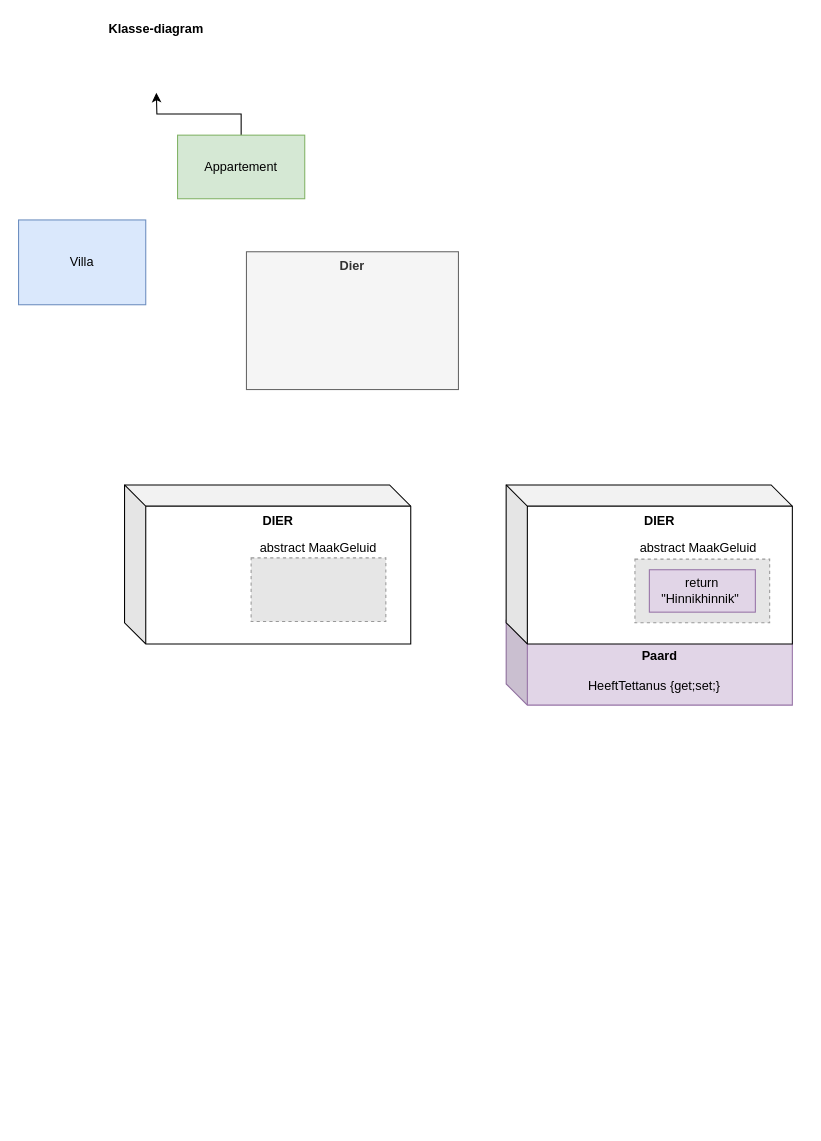
The draw.io diagram page "abstract" (13 of 15) of assets/svg diagrams.drawio in dbEthan/csharpbook2, before the edit. Source tidied: cells renumbered, new cells numbered last; positions are measured from the earlier drawing's top-left corner, leaving out a move shared by most shapes. Both pictures are drawn from the tidied source at 106%, with x=0, y=0 at pixel (18, 18). Pictures stored in the file or linked from it are replaced by grey dashed boxes.
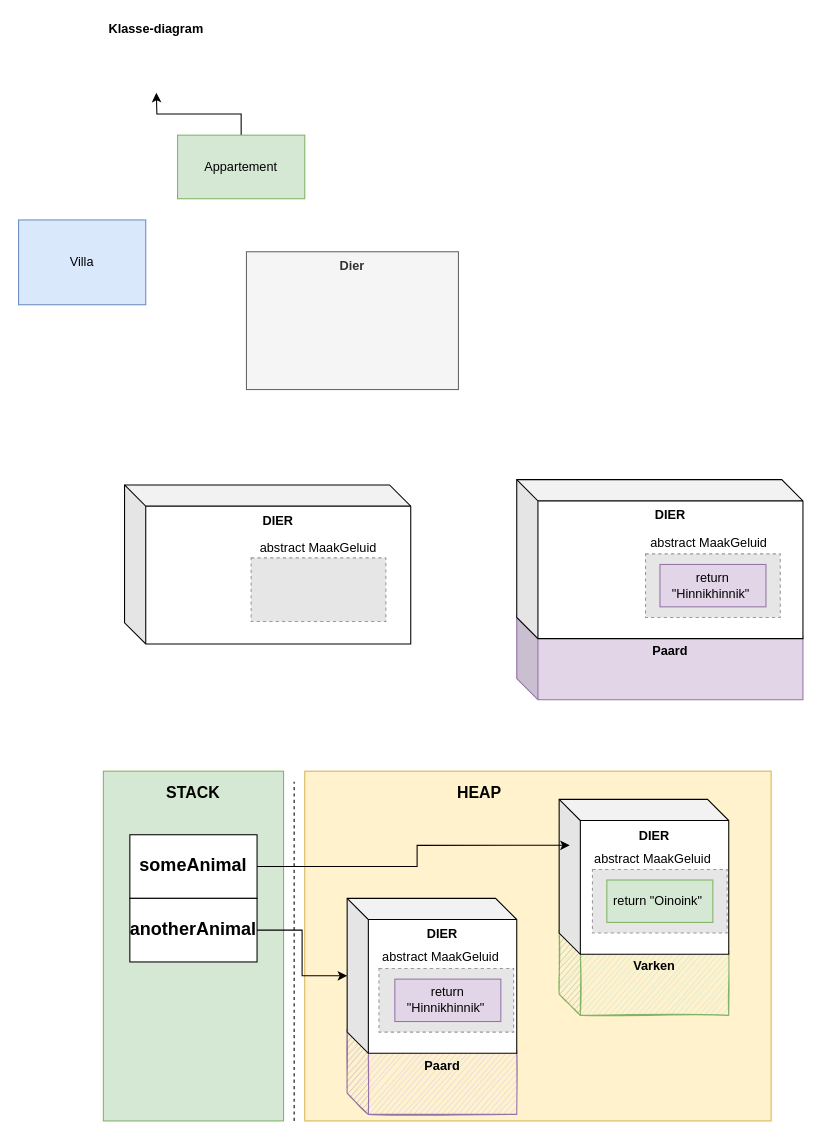
After the change.

The edit, as a diff of the source:
```diff
@@
-    <mxCell id="2" value="Paard" style="shape=cube;whiteSpace=wrap;html=1;boundedLbl=1;backgroundOutline=1;darkOpacity=0.05;darkOpacity2=0.1;fillColor=#e1d5e7;strokeColor=#9673a6;verticalAlign=top;fontStyle=1;" parent="1" vertex="1">
-      <mxGeometry x="460" y="567.7" width="270" height="80" as="geometry" />
-    </mxCell>
-    <mxCell id="3" value="DIER" style="shape=cube;whiteSpace=wrap;html=1;boundedLbl=1;backgroundOutline=1;darkOpacity=0.05;darkOpacity2=0.1;verticalAlign=top;fontStyle=1;" parent="1" vertex="1">
-      <mxGeometry x="460" y="440" width="270" height="150" as="geometry" />
-    </mxCell>
-    <mxCell id="4" style="fillColor=#E6E6E6;strokeColor=#999999;dashed=1;verticalLabelPosition=bottom;labelBackgroundColor=#ffffff;verticalAlign=top;" parent="1" vertex="1">
-      <mxGeometry x="581.5" y="510" width="127.1" height="60" as="geometry" />
-    </mxCell>
@@
+    <mxCell id="15" style="fillColor=#E6E6E6;strokeColor=#999999;dashed=1;verticalLabelPosition=bottom;labelBackgroundColor=#ffffff;verticalAlign=top;" parent="1" vertex="1">
+      <mxGeometry x="219.4" y="508.8" width="127.1" height="60" as="geometry" />
+    </mxCell>
+    <mxCell id="16" style="rounded=0;whiteSpace=wrap;html=1;fillColor=#fff2cc;strokeColor=#d6b656;" parent="1" vertex="1">
+      <mxGeometry x="270" y="710" width="440" height="330" as="geometry" />
+    </mxCell>
+    <mxCell id="17" style="rounded=0;whiteSpace=wrap;html=1;fillColor=#d5e8d4;strokeColor=#82b366;" parent="1" vertex="1">
+      <mxGeometry x="80" y="710" width="170" height="330" as="geometry" />
+    </mxCell>
+    <mxCell id="18" style="endArrow=none;dashed=1;html=1;" parent="1" edge="1">
+      <mxGeometry relative="1" as="geometry">
+        <mxPoint x="260" y="1040" as="sourcePoint" />
+        <mxPoint x="260" y="720" as="targetPoint" />
+      </mxGeometry>
+    </mxCell>
+    <mxCell id="19" value="STACK" style="text;html=1;strokeColor=none;fillColor=none;align=center;verticalAlign=middle;whiteSpace=wrap;rounded=0;fontStyle=1;fontSize=15;" parent="1" vertex="1">
+      <mxGeometry x="145" y="720" width="40" height="20" as="geometry" />
+    </mxCell>
+    <mxCell id="20" value="&lt;b style=&quot;font-size: 15px;&quot;&gt;HEAP&lt;/b&gt;" style="text;html=1;strokeColor=none;fillColor=none;align=center;verticalAlign=middle;whiteSpace=wrap;rounded=0;fontSize=15;" parent="1" vertex="1">
+      <mxGeometry x="415" y="720" width="40" height="20" as="geometry" />
+    </mxCell>
+    <mxCell id="21" value="someAnimal" style="rounded=0;whiteSpace=wrap;html=1;fontSize=17;fontStyle=1;align=center;" parent="1" vertex="1">
+      <mxGeometry x="105" y="770" width="120" height="60" as="geometry" />
+    </mxCell>
+    <mxCell id="22" style="edgeStyle=orthogonalEdgeStyle;rounded=0;jettySize=auto;html=1;exitX=1;exitY=0.5;exitDx=0;exitDy=0;" parent="1" edge="1" source="23" target="25">
+      <mxGeometry relative="1" as="geometry" />
+    </mxCell>
+    <mxCell id="23" value="anotherAnimal" style="rounded=0;whiteSpace=wrap;html=1;fontSize=17;fontStyle=1;" parent="1" vertex="1">
+      <mxGeometry x="105" y="830" width="120" height="60" as="geometry" />
+    </mxCell>
+    <mxCell id="2" value="Paard" style="shape=cube;whiteSpace=wrap;html=1;boundedLbl=1;backgroundOutline=1;darkOpacity=0.05;darkOpacity2=0.1;fillColor=#e1d5e7;strokeColor=#9673a6;verticalAlign=top;fontStyle=1;" parent="1" vertex="1">
+      <mxGeometry x="470" y="562.7" width="270" height="80" as="geometry" />
+    </mxCell>
+    <mxCell id="3" value="DIER" style="shape=cube;whiteSpace=wrap;html=1;boundedLbl=1;backgroundOutline=1;darkOpacity=0.05;darkOpacity2=0.1;verticalAlign=top;fontStyle=1;" parent="1" vertex="1">
+      <mxGeometry x="470" y="435" width="270" height="150" as="geometry" />
+    </mxCell>
+    <mxCell id="4" style="fillColor=#E6E6E6;strokeColor=#999999;dashed=1;verticalLabelPosition=bottom;labelBackgroundColor=#ffffff;verticalAlign=top;" parent="1" vertex="1">
+      <mxGeometry x="591.5" y="505" width="127.1" height="60" as="geometry" />
+    </mxCell>
     <mxCell id="12" value="abstract MaakGeluid" style="text;html=1;strokeColor=none;fillColor=none;align=center;verticalAlign=middle;whiteSpace=wrap;rounded=0;" parent="1" vertex="1">
-      <mxGeometry x="570" y="490" width="143" height="20" as="geometry" />
+      <mxGeometry x="580" y="485" width="143" height="20" as="geometry" />
     </mxCell>
     <mxCell id="13" value="return &quot;Hinnikhinnik&quot;&amp;nbsp;" style="rounded=0;whiteSpace=wrap;html=1;fillColor=#e1d5e7;strokeColor=#9673a6;" parent="1" vertex="1">
-      <mxGeometry x="595.1" y="520" width="100" height="40" as="geometry" />
+      <mxGeometry x="605.1" y="515" width="100" height="40" as="geometry" />
     </mxCell>
-    <mxCell id="14" value="HeeftTettanus {get;set;}" style="text;html=1;strokeColor=none;fillColor=none;align=center;verticalAlign=middle;whiteSpace=wrap;rounded=0;" parent="1" vertex="1">
-      <mxGeometry x="530" y="620" width="140" height="20" as="geometry" />
-    </mxCell>
-    <mxCell id="15" style="fillColor=#E6E6E6;strokeColor=#999999;dashed=1;verticalLabelPosition=bottom;labelBackgroundColor=#ffffff;verticalAlign=top;" parent="1" vertex="1">
-      <mxGeometry x="219.4" y="508.8" width="127.1" height="60" as="geometry" />
-    </mxCell>
+    <mxCell id="24" value="Paard" style="shape=cube;whiteSpace=wrap;html=1;boundedLbl=1;backgroundOutline=1;darkOpacity=0.05;darkOpacity2=0.1;fillColor=#e1d5e7;strokeColor=#9673a6;verticalAlign=top;fontStyle=1;sketch=1;" parent="1" vertex="1">
+      <mxGeometry x="310" y="953.8" width="160" height="80" as="geometry" />
+    </mxCell>
+    <mxCell id="25" value="DIER" style="shape=cube;whiteSpace=wrap;html=1;boundedLbl=1;backgroundOutline=1;darkOpacity=0.05;darkOpacity2=0.1;verticalAlign=top;fontStyle=1;" parent="1" vertex="1">
+      <mxGeometry x="310" y="830" width="160" height="146.2" as="geometry" />
+    </mxCell>
+    <mxCell id="26" style="fillColor=#E6E6E6;strokeColor=#999999;dashed=1;verticalLabelPosition=bottom;labelBackgroundColor=#ffffff;verticalAlign=top;" parent="1" vertex="1">
+      <mxGeometry x="340" y="896.2" width="127.1" height="60" as="geometry" />
+    </mxCell>
+    <mxCell id="27" value="abstract MaakGeluid" style="text;html=1;strokeColor=none;fillColor=none;align=center;verticalAlign=middle;whiteSpace=wrap;rounded=0;" parent="1" vertex="1">
+      <mxGeometry x="327" y="876.2" width="143" height="20" as="geometry" />
+    </mxCell>
+    <mxCell id="28" value="return &quot;Hinnikhinnik&quot;&amp;nbsp;" style="rounded=0;whiteSpace=wrap;html=1;fillColor=#e1d5e7;strokeColor=#9673a6;" parent="1" vertex="1">
+      <mxGeometry x="355" y="906.2" width="100" height="40" as="geometry" />
+    </mxCell>
+    <mxCell id="29" value="Varken" style="shape=cube;whiteSpace=wrap;html=1;boundedLbl=1;backgroundOutline=1;darkOpacity=0.05;darkOpacity2=0.1;fillColor=#d5e8d4;strokeColor=#82b366;verticalAlign=top;fontStyle=1;sketch=1;" parent="1" vertex="1">
+      <mxGeometry x="510" y="860.4" width="160" height="80" as="geometry" />
+    </mxCell>
+    <mxCell id="30" value="DIER" style="shape=cube;whiteSpace=wrap;html=1;boundedLbl=1;backgroundOutline=1;darkOpacity=0.05;darkOpacity2=0.1;verticalAlign=top;fontStyle=1;" parent="1" vertex="1">
+      <mxGeometry x="510" y="736.6" width="160" height="146.2" as="geometry" />
+    </mxCell>
+    <mxCell id="31" style="fillColor=#E6E6E6;strokeColor=#999999;dashed=1;verticalLabelPosition=bottom;labelBackgroundColor=#ffffff;verticalAlign=top;" parent="1" vertex="1">
+      <mxGeometry x="541.4" y="802.7" width="127.1" height="60" as="geometry" />
+    </mxCell>
+    <mxCell id="32" value="abstract MaakGeluid" style="text;html=1;strokeColor=none;fillColor=none;align=center;verticalAlign=middle;whiteSpace=wrap;rounded=0;" parent="1" vertex="1">
+      <mxGeometry x="527" y="782.7" width="143" height="20" as="geometry" />
+    </mxCell>
+    <mxCell id="33" value="return &quot;Oinoink&quot;&amp;nbsp;" style="rounded=0;whiteSpace=wrap;html=1;fillColor=#d5e8d4;strokeColor=#82b366;" parent="1" vertex="1">
+      <mxGeometry x="555" y="812.7" width="100" height="40" as="geometry" />
+    </mxCell>
+    <mxCell id="34" style="edgeStyle=orthogonalEdgeStyle;rounded=0;jettySize=auto;html=1;exitX=1;exitY=0.5;exitDx=0;exitDy=0;entryX=-0.049;entryY=-0.136;entryDx=0;entryDy=0;entryPerimeter=0;" parent="1" edge="1" source="21" target="32">
+      <mxGeometry relative="1" as="geometry" />
+    </mxCell>
```
